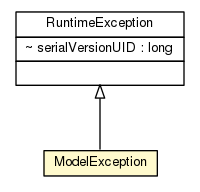
Before: doc/main/ModelException.png, a diagram exported from Graphviz (sinopeus/asteroids). Its source is kept beside it as doc/main/ModelException.dot.
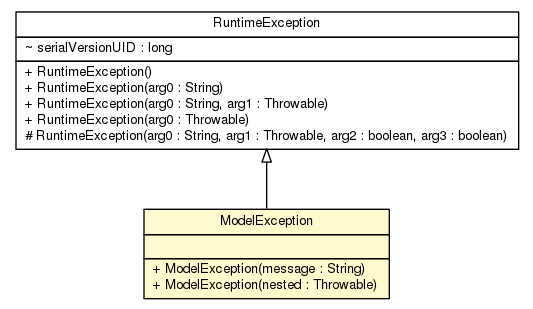
Above is the later version.

What changed in the source:
```diff
@@ -4,13 +4,20 @@
 	node [fontname="Helvetica",fontsize=10,shape=plaintext];
 	nodesep=0.25;
 	ranksep=0.5;
-	c12423 [label=<<table title="main.ModelException" border="0" cellborder="1" cellspacing="0" cellpadding="2" port="p" bgcolor="lemonChiffon" href="./ModelException.html">
+	c12470 [label=<<table title="main.ModelException" border="0" cellborder="1" cellspacing="0" cellpadding="2" port="p" bgcolor="lemonChiffon" href="./ModelException.html">
 		<tr><td><table border="0" cellspacing="0" cellpadding="1">
 <tr><td align="center" balign="center"> ModelException </td></tr>
 		</table></td></tr>
+		<tr><td><table border="0" cellspacing="0" cellpadding="1">
+<tr><td align="left" balign="left">  </td></tr>
+		</table></td></tr>
+		<tr><td><table border="0" cellspacing="0" cellpadding="1">
+<tr><td align="left" balign="left"> + ModelException(message : String) </td></tr>
+<tr><td align="left" balign="left"> + ModelException(nested : Throwable) </td></tr>
+		</table></td></tr>
 		</table>>, URL="./ModelException.html", fontname="Helvetica", fontcolor="black", fontsize=10.0];
-	c12538:p -> c12423:p [dir=back,arrowtail=empty];
-	c12538 [label=<<table title="java.lang.RuntimeException" border="0" cellborder="1" cellspacing="0" cellpadding="2" port="p" href="http://java.sun.com/j2se/1.4.2/docs/api/java/lang/RuntimeException.html">
+	c12585:p -> c12470:p [dir=back,arrowtail=empty];
+	c12585 [label=<<table title="java.lang.RuntimeException" border="0" cellborder="1" cellspacing="0" cellpadding="2" port="p" href="http://java.sun.com/j2se/1.4.2/docs/api/java/lang/RuntimeException.html">
 		<tr><td><table border="0" cellspacing="0" cellpadding="1">
 <tr><td align="center" balign="center"> RuntimeException </td></tr>
 		</table></td></tr>
@@ -18,7 +25,11 @@
 <tr><td align="left" balign="left"> ~ serialVersionUID : long </td></tr>
 		</table></td></tr>
 		<tr><td><table border="0" cellspacing="0" cellpadding="1">
-<tr><td align="left" balign="left">  </td></tr>
+<tr><td align="left" balign="left"> + RuntimeException() </td></tr>
+<tr><td align="left" balign="left"> + RuntimeException(arg0 : String) </td></tr>
+<tr><td align="left" balign="left"> + RuntimeException(arg0 : String, arg1 : Throwable) </td></tr>
+<tr><td align="left" balign="left"> + RuntimeException(arg0 : Throwable) </td></tr>
+<tr><td align="left" balign="left"> # RuntimeException(arg0 : String, arg1 : Throwable, arg2 : boolean, arg3 : boolean) </td></tr>
 		</table></td></tr>
 		</table>>, URL="http://java.sun.com/j2se/1.4.2/docs/api/java/lang/RuntimeException.html", fontname="Helvetica", fontcolor="black", fontsize=10.0];
 }
```
